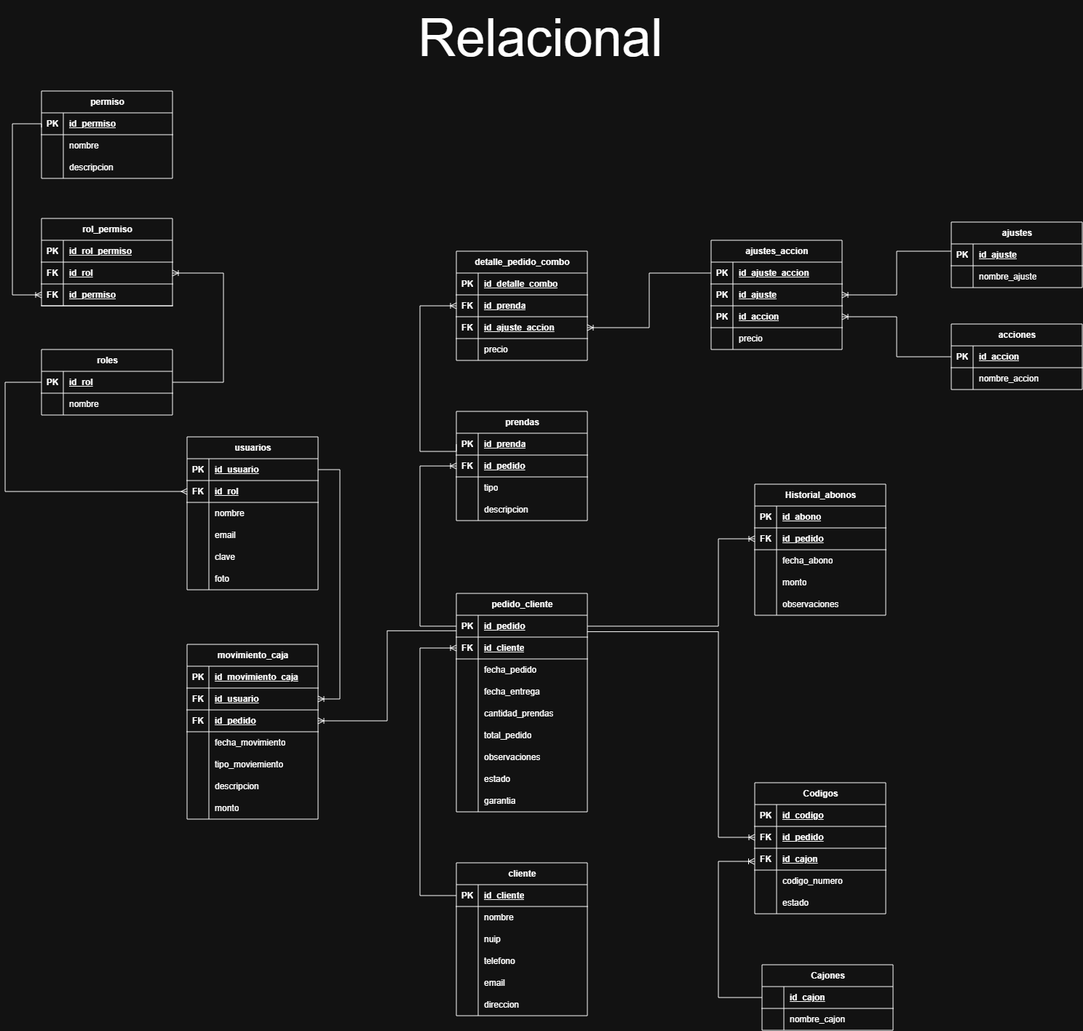
Before: Backend/src/db/Diagrama_Relacional.drawio.png, a diagram exported from draw.io (Maicol-Daza/CBY_Proyect). Source tidied: cells renumbered, new cells last; positions are measured from the earlier drawing's top-left corner, leaving out a move shared by most shapes.
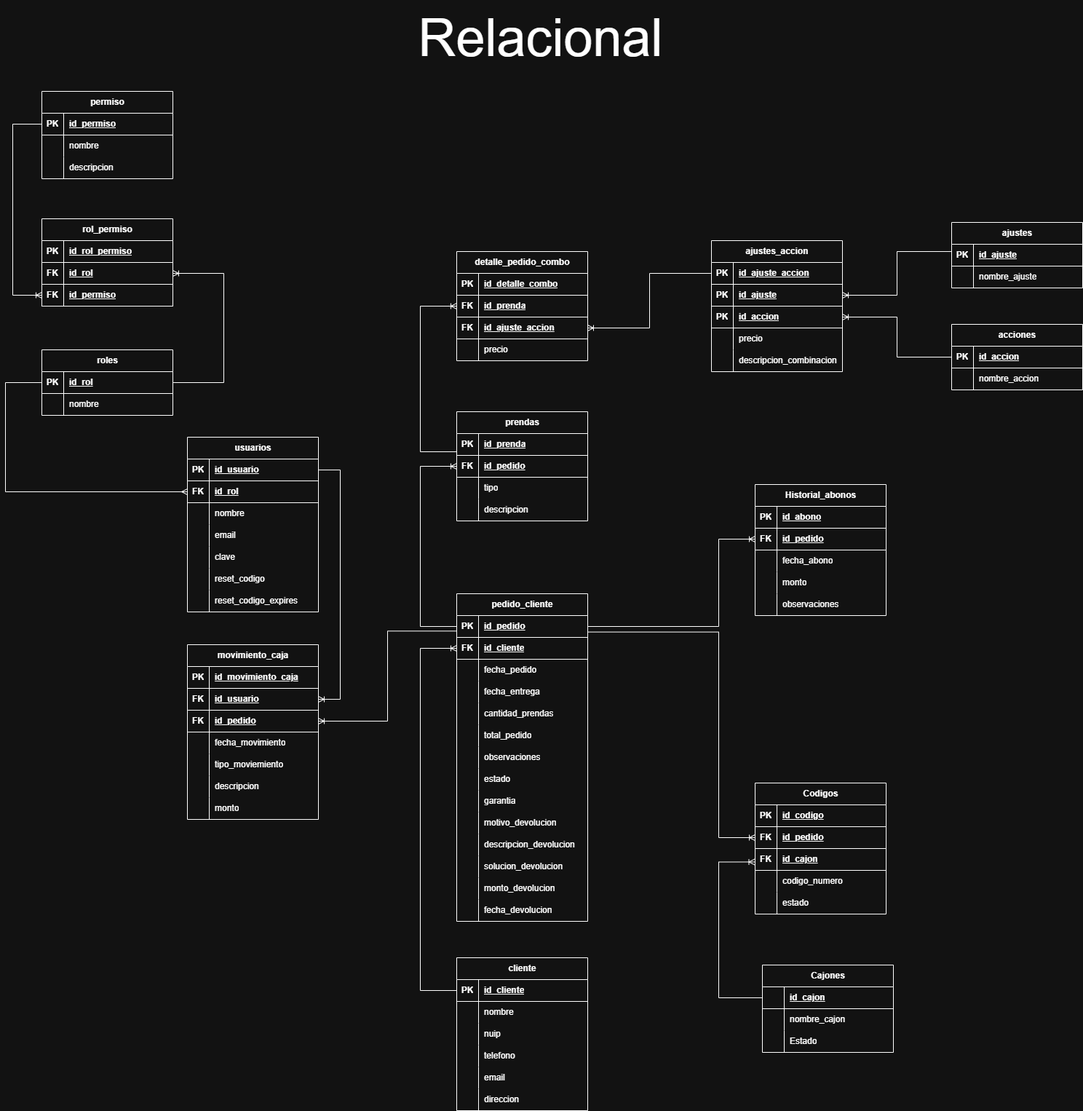
Later version of the same file.

Change to the diagram source:
```diff
@@ -3,7 +3,7 @@
     <mxCell id="0" />
     <mxCell id="1" parent="0" />
     <mxCell id="2" value="cliente" style="shape=table;startSize=30;rowLines=0;fontStyle=1;align=center;html=1;" parent="1" vertex="1">
-      <mxGeometry x="620" y="1185" width="180" height="210" as="geometry" />
+      <mxGeometry x="620" y="1315" width="180" height="210" as="geometry" />
     </mxCell>
     <mxCell id="3" style="shape=tableRow;horizontal=0;startSize=0;swimlaneHead=0;swimlaneBody=0;fillColor=none;points=[[0,0.5],[1,0.5]];portConstraint=eastwest;top=0;left=0;right=0;bottom=1;" parent="2" vertex="1">
       <mxGeometry y="30" width="180" height="30" as="geometry" />
@@ -222,7 +222,7 @@
       <mxGeometry x="30" width="150" height="30" as="geometry" />
     </mxCell>
     <mxCell id="75" value="Cajones" style="shape=table;startSize=30;rowLines=0;fontStyle=1;align=center;html=1;" parent="1" vertex="1">
-      <mxGeometry x="1040" y="1325" width="180" height="90" as="geometry" />
+      <mxGeometry x="1040" y="1325" width="180" height="120" as="geometry" />
     </mxCell>
     <mxCell id="76" style="shape=tableRow;horizontal=0;startSize=0;swimlaneHead=0;swimlaneBody=0;fillColor=none;points=[[0,0.5],[1,0.5]];portConstraint=eastwest;top=0;left=0;right=0;bottom=1;" parent="75" vertex="1">
       <mxGeometry y="30" width="180" height="30" as="geometry" />
@@ -242,6 +242,15 @@
     <mxCell id="81" value="nombre_cajon" style="shape=partialRectangle;fillColor=none;top=0;left=0;bottom=0;right=0;align=left;spacingLeft=6;overflow=hidden;whiteSpace=wrap;html=1;" parent="79" vertex="1">
       <mxGeometry x="30" width="150" height="30" as="geometry" />
     </mxCell>
+    <mxCell id="224" style="shape=tableRow;horizontal=0;startSize=0;swimlaneHead=0;swimlaneBody=0;fillColor=none;top=0;left=0;right=0;bottom=0;" parent="75" vertex="1">
+      <mxGeometry y="90" width="180" height="30" as="geometry" />
+    </mxCell>
+    <mxCell id="225" style="shape=partialRectangle;fillColor=none;top=0;left=0;bottom=0;right=0;overflow=hidden;whiteSpace=wrap;html=1;" parent="224" vertex="1">
+      <mxGeometry width="30" height="30" as="geometry" />
+    </mxCell>
+    <mxCell id="226" value="Estado" style="shape=partialRectangle;fillColor=none;top=0;left=0;bottom=0;right=0;align=left;spacingLeft=6;overflow=hidden;whiteSpace=wrap;html=1;" parent="224" vertex="1">
+      <mxGeometry x="30" width="150" height="30" as="geometry" />
+    </mxCell>
     <mxCell id="82" value="permiso" style="shape=table;startSize=30;rowLines=0;fontStyle=1;align=center;html=1;" parent="1" vertex="1">
       <mxGeometry x="50" y="125" width="180" height="120" as="geometry" />
     </mxCell>
@@ -381,7 +390,7 @@
       <mxGeometry x="30" width="150" height="30" as="geometry" />
     </mxCell>
     <mxCell id="128" value="pedido_cliente" style="shape=table;startSize=30;rowLines=0;fontStyle=1;align=center;html=1;" parent="1" vertex="1">
-      <mxGeometry x="620" y="815" width="180" height="300" as="geometry" />
+      <mxGeometry x="620" y="815" width="180" height="450" as="geometry" />
     </mxCell>
     <mxCell id="129" style="shape=tableRow;horizontal=0;startSize=0;swimlaneHead=0;swimlaneBody=0;fillColor=none;points=[[0,0.5],[1,0.5]];portConstraint=eastwest;top=0;left=0;right=0;bottom=1;" parent="128" vertex="1">
       <mxGeometry y="30" width="180" height="30" as="geometry" />
@@ -464,8 +473,53 @@
     <mxCell id="155" value="garantia" style="shape=partialRectangle;fillColor=none;top=0;left=0;bottom=0;right=0;align=left;spacingLeft=6;overflow=hidden;whiteSpace=wrap;html=1;" parent="153" vertex="1">
       <mxGeometry x="30" width="150" height="30" as="geometry" />
     </mxCell>
+    <mxCell id="227" style="shape=tableRow;horizontal=0;startSize=0;swimlaneHead=0;swimlaneBody=0;fillColor=none;top=0;left=0;right=0;bottom=0;" parent="128" vertex="1">
+      <mxGeometry y="300" width="180" height="30" as="geometry" />
+    </mxCell>
+    <mxCell id="228" style="shape=partialRectangle;fillColor=none;top=0;left=0;bottom=0;right=0;overflow=hidden;whiteSpace=wrap;html=1;" parent="227" vertex="1">
+      <mxGeometry width="30" height="30" as="geometry" />
+    </mxCell>
+    <mxCell id="229" value="motivo_devolucion" style="shape=partialRectangle;fillColor=none;top=0;left=0;bottom=0;right=0;align=left;spacingLeft=6;overflow=hidden;whiteSpace=wrap;html=1;" parent="227" vertex="1">
+      <mxGeometry x="30" width="150" height="30" as="geometry" />
+    </mxCell>
+    <mxCell id="230" style="shape=tableRow;horizontal=0;startSize=0;swimlaneHead=0;swimlaneBody=0;fillColor=none;top=0;left=0;right=0;bottom=0;" parent="128" vertex="1">
+      <mxGeometry y="330" width="180" height="30" as="geometry" />
+    </mxCell>
+    <mxCell id="231" style="shape=partialRectangle;fillColor=none;top=0;left=0;bottom=0;right=0;overflow=hidden;whiteSpace=wrap;html=1;" parent="230" vertex="1">
+      <mxGeometry width="30" height="30" as="geometry" />
+    </mxCell>
+    <mxCell id="232" value="descripcion_devolucion" style="shape=partialRectangle;fillColor=none;top=0;left=0;bottom=0;right=0;align=left;spacingLeft=6;overflow=hidden;whiteSpace=wrap;html=1;" parent="230" vertex="1">
+      <mxGeometry x="30" width="150" height="30" as="geometry" />
+    </mxCell>
+    <mxCell id="233" style="shape=tableRow;horizontal=0;startSize=0;swimlaneHead=0;swimlaneBody=0;fillColor=none;top=0;left=0;right=0;bottom=0;" parent="128" vertex="1">
+      <mxGeometry y="360" width="180" height="30" as="geometry" />
+    </mxCell>
+    <mxCell id="234" style="shape=partialRectangle;fillColor=none;top=0;left=0;bottom=0;right=0;overflow=hidden;whiteSpace=wrap;html=1;" parent="233" vertex="1">
+      <mxGeometry width="30" height="30" as="geometry" />
+    </mxCell>
+    <mxCell id="235" value="solucion_devolucion" style="shape=partialRectangle;fillColor=none;top=0;left=0;bottom=0;right=0;align=left;spacingLeft=6;overflow=hidden;whiteSpace=wrap;html=1;" parent="233" vertex="1">
+      <mxGeometry x="30" width="150" height="30" as="geometry" />
+    </mxCell>
+    <mxCell id="236" style="shape=tableRow;horizontal=0;startSize=0;swimlaneHead=0;swimlaneBody=0;fillColor=none;top=0;left=0;right=0;bottom=0;" parent="128" vertex="1">
+      <mxGeometry y="390" width="180" height="30" as="geometry" />
+    </mxCell>
+    <mxCell id="237" style="shape=partialRectangle;fillColor=none;top=0;left=0;bottom=0;right=0;overflow=hidden;whiteSpace=wrap;html=1;" parent="236" vertex="1">
+      <mxGeometry width="30" height="30" as="geometry" />
+    </mxCell>
+    <mxCell id="238" value="monto_devolucion" style="shape=partialRectangle;fillColor=none;top=0;left=0;bottom=0;right=0;align=left;spacingLeft=6;overflow=hidden;whiteSpace=wrap;html=1;" parent="236" vertex="1">
+      <mxGeometry x="30" width="150" height="30" as="geometry" />
+    </mxCell>
+    <mxCell id="239" style="shape=tableRow;horizontal=0;startSize=0;swimlaneHead=0;swimlaneBody=0;fillColor=none;top=0;left=0;right=0;bottom=0;" parent="128" vertex="1">
+      <mxGeometry y="420" width="180" height="30" as="geometry" />
+    </mxCell>
+    <mxCell id="240" style="shape=partialRectangle;fillColor=none;top=0;left=0;bottom=0;right=0;overflow=hidden;whiteSpace=wrap;html=1;" parent="239" vertex="1">
+      <mxGeometry width="30" height="30" as="geometry" />
+    </mxCell>
+    <mxCell id="241" value="fecha_devolucion" style="shape=partialRectangle;fillColor=none;top=0;left=0;bottom=0;right=0;align=left;spacingLeft=6;overflow=hidden;whiteSpace=wrap;html=1;" parent="239" vertex="1">
+      <mxGeometry x="30" width="150" height="30" as="geometry" />
+    </mxCell>
     <mxCell id="156" value="usuarios" style="shape=table;startSize=30;rowLines=0;fontStyle=1;align=center;html=1;" parent="1" vertex="1">
-      <mxGeometry x="250" y="600" width="180" height="210" as="geometry" />
+      <mxGeometry x="250" y="600" width="180" height="240" as="geometry" />
     </mxCell>
     <mxCell id="157" style="shape=tableRow;horizontal=0;startSize=0;swimlaneHead=0;swimlaneBody=0;fillColor=none;points=[[0,0.5],[1,0.5]];portConstraint=eastwest;top=0;left=0;right=0;bottom=1;" parent="156" vertex="1">
       <mxGeometry y="30" width="180" height="30" as="geometry" />
@@ -518,9 +572,18 @@
     <mxCell id="173" style="shape=partialRectangle;fillColor=none;top=0;left=0;bottom=0;right=0;overflow=hidden;whiteSpace=wrap;html=1;" parent="172" vertex="1">
       <mxGeometry width="30" height="30" as="geometry" />
     </mxCell>
-    <mxCell id="174" value="foto" style="shape=partialRectangle;fillColor=none;top=0;left=0;bottom=0;right=0;align=left;spacingLeft=6;overflow=hidden;whiteSpace=wrap;html=1;" parent="172" vertex="1">
+    <mxCell id="174" value="reset_codigo" style="shape=partialRectangle;fillColor=none;top=0;left=0;bottom=0;right=0;align=left;spacingLeft=6;overflow=hidden;whiteSpace=wrap;html=1;" parent="172" vertex="1">
       <mxGeometry x="30" width="150" height="30" as="geometry" />
     </mxCell>
+    <mxCell id="242" style="shape=tableRow;horizontal=0;startSize=0;swimlaneHead=0;swimlaneBody=0;fillColor=none;top=0;left=0;right=0;bottom=0;" parent="156" vertex="1">
+      <mxGeometry y="210" width="180" height="30" as="geometry" />
+    </mxCell>
+    <mxCell id="243" style="shape=partialRectangle;fillColor=none;top=0;left=0;bottom=0;right=0;overflow=hidden;whiteSpace=wrap;html=1;" parent="242" vertex="1">
+      <mxGeometry width="30" height="30" as="geometry" />
+    </mxCell>
+    <mxCell id="244" value="reset_codigo_expires" style="shape=partialRectangle;fillColor=none;top=0;left=0;bottom=0;right=0;align=left;spacingLeft=6;overflow=hidden;whiteSpace=wrap;html=1;" parent="242" vertex="1">
+      <mxGeometry x="30" width="150" height="30" as="geometry" />
+    </mxCell>
     <mxCell id="175" value="roles" style="shape=table;startSize=30;rowLines=0;fontStyle=1;align=center;html=1;" parent="1" vertex="1">
       <mxGeometry x="50" y="480" width="180" height="90" as="geometry" />
     </mxCell>
@@ -543,7 +606,7 @@
       <mxGeometry x="30" width="150" height="30" as="geometry" />
     </mxCell>
     <mxCell id="182" value="ajustes_accion" style="shape=table;startSize=30;rowLines=0;fontStyle=1;align=center;html=1;" parent="1" vertex="1">
-      <mxGeometry x="970" y="330" width="180" height="150" as="geometry" />
+      <mxGeometry x="970" y="330" width="180" height="180" as="geometry" />
     </mxCell>
     <mxCell id="183" style="shape=tableRow;horizontal=0;startSize=0;swimlaneHead=0;swimlaneBody=0;fillColor=none;points=[[0,0.5],[1,0.5]];portConstraint=eastwest;top=0;left=0;right=0;bottom=1;" parent="182" vertex="1">
       <mxGeometry y="30" width="180" height="30" as="geometry" />
@@ -581,6 +644,15 @@
     <mxCell id="194" value="precio" style="shape=partialRectangle;fillColor=none;top=0;left=0;bottom=0;right=0;align=left;spacingLeft=6;overflow=hidden;whiteSpace=wrap;html=1;" parent="192" vertex="1">
       <mxGeometry x="30" width="150" height="30" as="geometry" />
     </mxCell>
+    <mxCell id="245" style="shape=tableRow;horizontal=0;startSize=0;swimlaneHead=0;swimlaneBody=0;fillColor=none;top=0;left=0;right=0;bottom=0;" parent="182" vertex="1">
+      <mxGeometry y="150" width="180" height="30" as="geometry" />
+    </mxCell>
+    <mxCell id="246" style="shape=partialRectangle;fillColor=none;top=0;left=0;bottom=0;right=0;overflow=hidden;whiteSpace=wrap;html=1;" parent="245" vertex="1">
+      <mxGeometry width="30" height="30" as="geometry" />
+    </mxCell>
+    <mxCell id="247" value="descripcion_combinacion" style="shape=partialRectangle;fillColor=none;top=0;left=0;bottom=0;right=0;align=left;spacingLeft=6;overflow=hidden;whiteSpace=wrap;html=1;" parent="245" vertex="1">
+      <mxGeometry x="30" width="150" height="30" as="geometry" />
+    </mxCell>
     <mxCell id="195" value="ajustes" style="shape=table;startSize=30;rowLines=0;fontStyle=1;align=center;html=1;" parent="1" vertex="1">
       <mxGeometry x="1300" y="305" width="180" height="90" as="geometry" />
     </mxCell>
@@ -666,7 +738,7 @@
     <mxCell id="214" style="edgeStyle=orthogonalEdgeStyle;fontSize=12;html=1;endArrow=ERoneToMany;rounded=0;exitX=0;exitY=0.5;exitDx=0;exitDy=0;entryX=0;entryY=0.5;entryDx=0;entryDy=0;" parent="1" edge="1" source="3" target="132">
       <mxGeometry relative="1" as="geometry">
         <Array as="points">
-          <mxPoint x="570" y="1230" />
+          <mxPoint x="570" y="1360" />
           <mxPoint x="570" y="890" />
         </Array>
       </mxGeometry>
```
